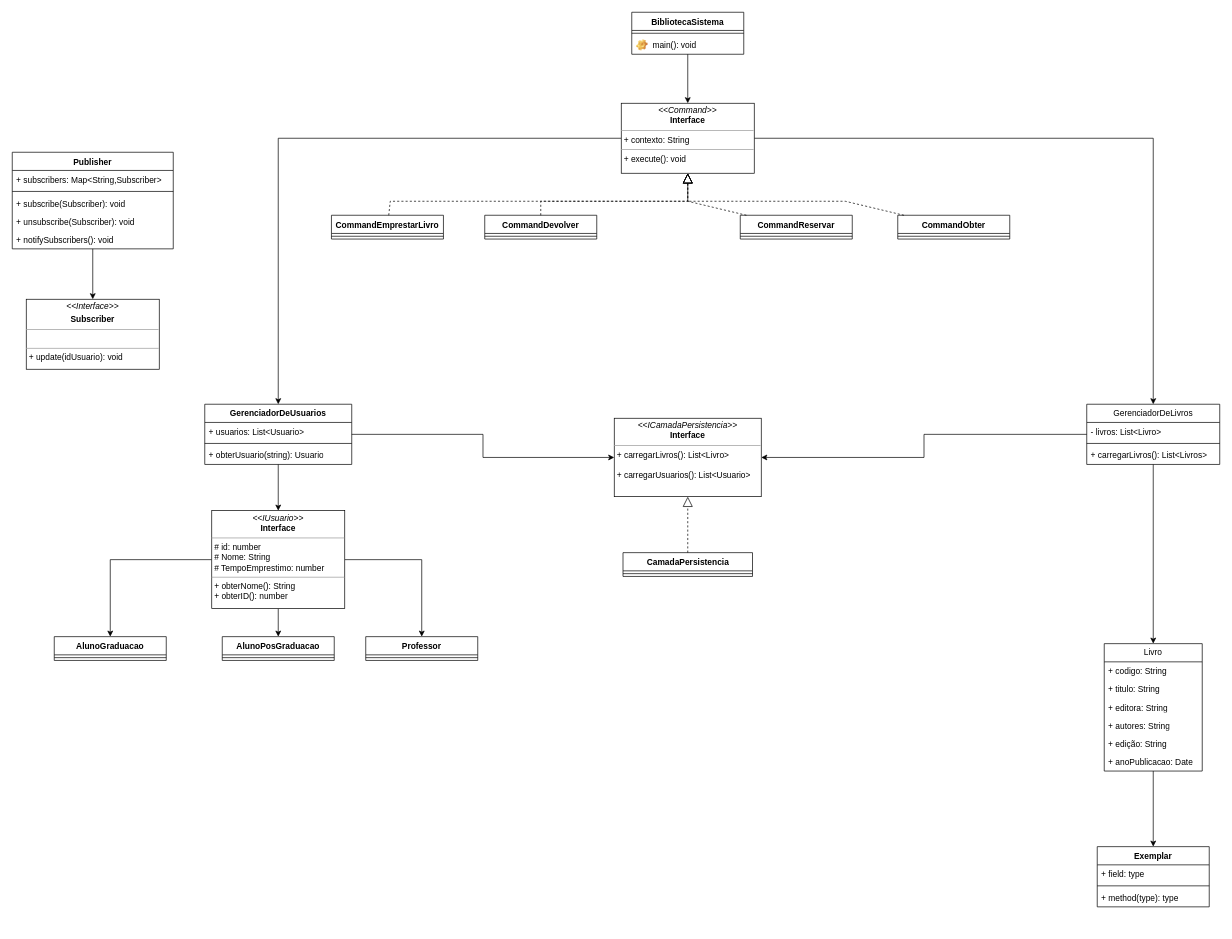
This is DiagramaDeClasses.drawio from Zipudhe/TrabalhoEngenhariaSoftwareI, a draw.io file, before an edit. Source tidied: cells renumbered, new cells numbered last; positions are measured from the earlier drawing's top-left corner, leaving out a move shared by most shapes. Both pictures are drawn from the tidied source at 70%, with x=0, y=0 at pixel (12, 12).
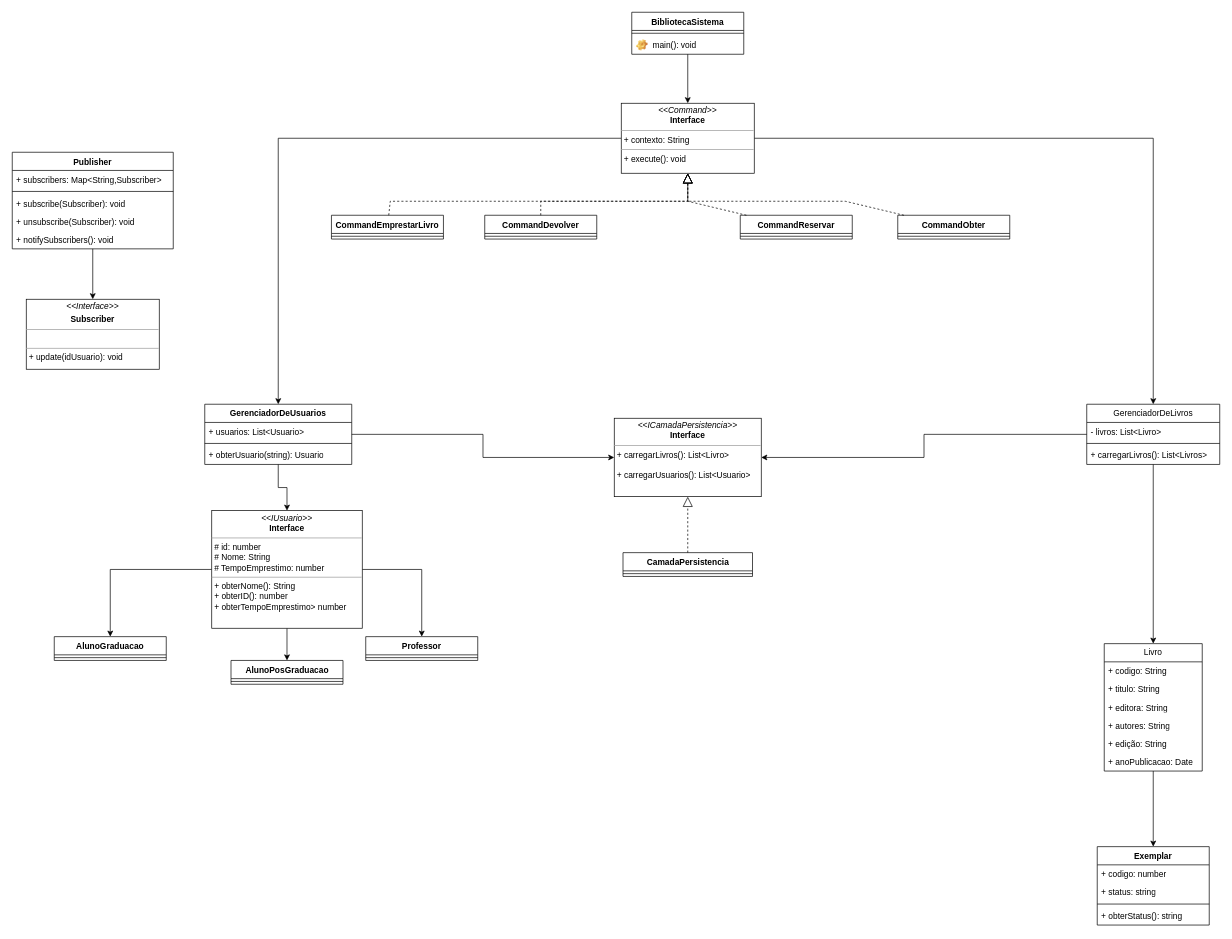
After the change.

Commit message:
feature, atualiza diagrama de classe

Diff of the diagram source:
```diff
@@
-    <mxCell id="37" value="&lt;p style=&quot;margin:0px;margin-top:4px;text-align:center;&quot;&gt;&lt;i&gt;&amp;lt;&amp;lt;IUsuario&amp;gt;&amp;gt;&lt;/i&gt;&lt;br&gt;&lt;b&gt;Interface&lt;/b&gt;&lt;/p&gt;&lt;hr size=&quot;1&quot;&gt;&lt;p style=&quot;margin:0px;margin-left:4px;&quot;&gt;# id: number&lt;br&gt;# Nome: String&lt;/p&gt;&lt;p style=&quot;margin:0px;margin-left:4px;&quot;&gt;# TempoEmprestimo: number&lt;br&gt;&lt;/p&gt;&lt;hr size=&quot;1&quot;&gt;&lt;p style=&quot;margin:0px;margin-left:4px;&quot;&gt;+ obterNome(): String&lt;br&gt;+ obterID(): number&lt;/p&gt;" style="verticalAlign=top;align=left;overflow=fill;fontSize=12;fontFamily=Helvetica;html=1;whiteSpace=wrap;" parent="1" vertex="1">
-      <mxGeometry x="285" y="712" width="190" height="140" as="geometry" />
+    <mxCell id="37" value="&lt;p style=&quot;margin:0px;margin-top:4px;text-align:center;&quot;&gt;&lt;i&gt;&amp;lt;&amp;lt;IUsuario&amp;gt;&amp;gt;&lt;/i&gt;&lt;br&gt;&lt;b&gt;Interface&lt;/b&gt;&lt;/p&gt;&lt;hr size=&quot;1&quot;&gt;&lt;p style=&quot;margin:0px;margin-left:4px;&quot;&gt;# id: number&lt;br&gt;# Nome: String&lt;/p&gt;&lt;p style=&quot;margin:0px;margin-left:4px;&quot;&gt;# TempoEmprestimo: number&lt;br&gt;&lt;/p&gt;&lt;hr size=&quot;1&quot;&gt;&lt;p style=&quot;margin:0px;margin-left:4px;&quot;&gt;+ obterNome(): String&lt;br&gt;+ obterID(): number&lt;/p&gt;&lt;p style=&quot;margin:0px;margin-left:4px;&quot;&gt;+ obterTempoEmprestimo&amp;gt; number&lt;br&gt;&lt;/p&gt;" style="verticalAlign=top;align=left;overflow=fill;fontSize=12;fontFamily=Helvetica;html=1;whiteSpace=wrap;" parent="1" vertex="1">
+      <mxGeometry x="285" y="712" width="215" height="168" as="geometry" />
     </mxCell>
     <mxCell id="38" value="AlunoPosGraduacao" style="swimlane;fontStyle=1;align=center;verticalAlign=top;horizontal=1;startSize=26;whiteSpace=wrap;html=1;" parent="1" vertex="1">
-      <mxGeometry x="300" y="892" width="160" height="34" as="geometry" />
+      <mxGeometry x="312.5" y="926" width="160" height="34" as="geometry" />
     </mxCell>
@@
     <mxCell id="42" value="Exemplar" style="swimlane;fontStyle=1;align=center;verticalAlign=top;horizontal=1;startSize=26;whiteSpace=wrap;html=1;" parent="1" vertex="1">
-      <mxGeometry x="1550" y="1192" width="160" height="86" as="geometry" />
+      <mxGeometry x="1550" y="1192" width="160" height="112" as="geometry" />
     </mxCell>
-    <mxCell id="43" value="+ field: type" style="text;strokeColor=none;fillColor=none;align=left;verticalAlign=top;spacingLeft=4;spacingRight=4;overflow=hidden;whiteSpace=wrap;html=1;" parent="42" vertex="1">
+    <mxCell id="43" value="&lt;div&gt;+ codigo: number&lt;/div&gt;" style="text;strokeColor=none;fillColor=none;align=left;verticalAlign=top;spacingLeft=4;spacingRight=4;overflow=hidden;whiteSpace=wrap;html=1;" parent="42" vertex="1">
       <mxGeometry y="26" width="160" height="26" as="geometry" />
     </mxCell>
+    <mxCell id="67" value="&lt;div&gt;+ status: string&lt;/div&gt;&lt;div&gt;&lt;br&gt;&lt;/div&gt;" style="text;strokeColor=none;fillColor=none;align=left;verticalAlign=top;spacingLeft=4;spacingRight=4;overflow=hidden;whiteSpace=wrap;html=1;" parent="42" vertex="1">
+      <mxGeometry y="52" width="160" height="26" as="geometry" />
+    </mxCell>
     <mxCell id="44" style="line;strokeWidth=1;fillColor=none;align=left;verticalAlign=middle;spacingTop=-1;spacingLeft=3;spacingRight=3;labelPosition=right;strokeColor=inherit;" parent="42" vertex="1">
-      <mxGeometry y="52" width="160" height="8" as="geometry" />
+      <mxGeometry y="78" width="160" height="8" as="geometry" />
     </mxCell>
-    <mxCell id="45" value="+ method(type): type" style="text;strokeColor=none;fillColor=none;align=left;verticalAlign=top;spacingLeft=4;spacingRight=4;overflow=hidden;whiteSpace=wrap;html=1;" parent="42" vertex="1">
-      <mxGeometry y="60" width="160" height="26" as="geometry" />
+    <mxCell id="45" value="+ obterStatus(): string" style="text;strokeColor=none;fillColor=none;align=left;verticalAlign=top;spacingLeft=4;spacingRight=4;overflow=hidden;whiteSpace=wrap;html=1;" parent="42" vertex="1">
+      <mxGeometry y="86" width="160" height="26" as="geometry" />
     </mxCell>
```
